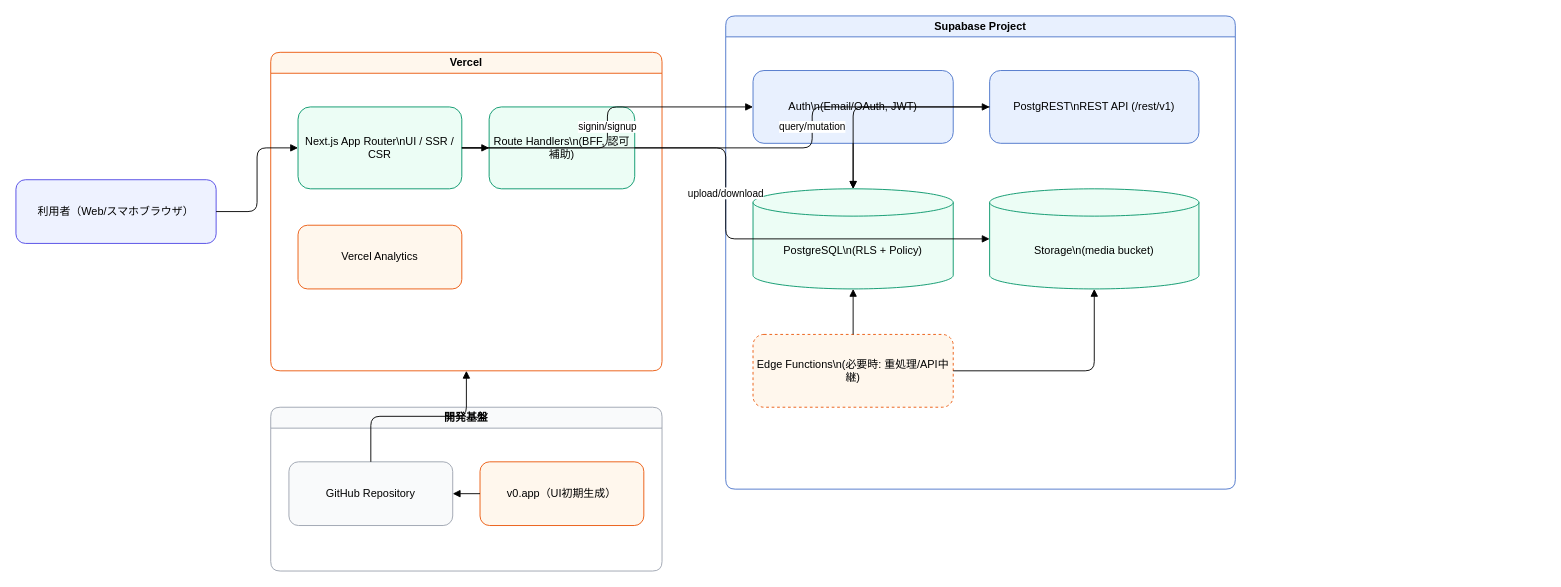
Earlier version of the draw.io diagram docs/architecture/commercial-architecture.drawio (shuhei1110/deaito). Source tidied: cells renumbered, new cells numbered last; positions are measured from the earlier drawing's top-left corner, leaving out a move shared by most shapes. Both pictures are drawn from the tidied source at 91%, with x=0, y=0 at pixel (15, 15).
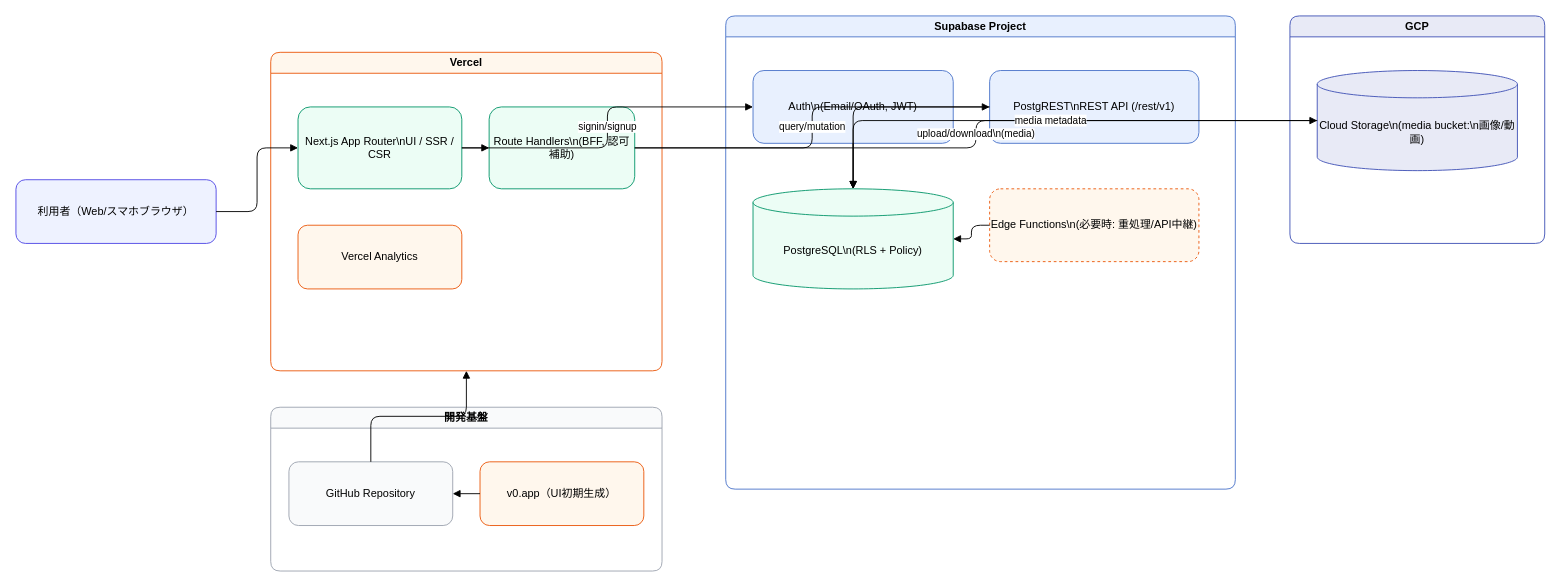
Above is the later version.

Unchanged cells that the change refers to:
```xml
<mxCell id="4" value="Next.js App Router\nUI / SSR / CSR" style="rounded=1;whiteSpace=wrap;html=1;fillColor=#ECFDF5;strokeColor=#059669;" parent="3" vertex="1">
  <mxGeometry x="30" y="60" width="180" height="90" as="geometry" />
</mxCell>
<mxCell id="5" value="Route Handlers\n(BFF, 認可補助)" style="rounded=1;whiteSpace=wrap;html=1;fillColor=#ECFDF5;strokeColor=#059669;" parent="3" vertex="1">
  <mxGeometry x="240" y="60" width="160" height="90" as="geometry" />
</mxCell>
<mxCell id="7" value="Supabase Project" style="swimlane;rounded=1;whiteSpace=wrap;html=1;fillColor=#E8F0FE;strokeColor=#4A73C9;fontStyle=1;" parent="1" vertex="1">
  <mxGeometry x="780" width="560" height="520" as="geometry" />
</mxCell>
<mxCell id="10" value="PostgreSQL\n(RLS + Policy)" style="shape=cylinder3;whiteSpace=wrap;html=1;boundedLbl=1;size=15;fillColor=#ECFDF5;strokeColor=#059669;" parent="7" vertex="1">
  <mxGeometry x="30" y="190" width="220" height="110" as="geometry" />
</mxCell>
```

Change to the diagram source:
```diff
@@
-    <mxCell id="11" value="Storage\n(media bucket)" style="shape=cylinder3;whiteSpace=wrap;html=1;boundedLbl=1;size=15;fillColor=#ECFDF5;strokeColor=#059669;" parent="7" vertex="1">
-      <mxGeometry x="290" y="190" width="230" height="110" as="geometry" />
-    </mxCell>
     <mxCell id="12" value="Edge Functions\n(必要時: 重処理/API中継)" style="rounded=1;whiteSpace=wrap;html=1;fillColor=#FFF7ED;strokeColor=#EA580C;dashed=1;" parent="7" vertex="1">
-      <mxGeometry x="30" y="350" width="220" height="80" as="geometry" />
+      <mxGeometry x="290" y="190" width="230" height="80" as="geometry" />
     </mxCell>
+    <mxCell id="27" value="GCP" style="swimlane;rounded=1;whiteSpace=wrap;html=1;fillColor=#E8EAF6;strokeColor=#3F51B5;fontStyle=1;" parent="1" vertex="1">
+      <mxGeometry x="1400" width="280" height="250" as="geometry" />
+    </mxCell>
+    <mxCell id="28" value="Cloud Storage\n(media bucket:\n画像/動画)" style="shape=cylinder3;whiteSpace=wrap;html=1;boundedLbl=1;size=15;fillColor=#E8EAF6;strokeColor=#3F51B5;" parent="27" vertex="1">
+      <mxGeometry x="30" y="60" width="220" height="110" as="geometry" />
+    </mxCell>
@@
-    <mxCell id="20" value="upload/download" style="edgeStyle=orthogonalEdgeStyle;rounded=1;html=1;endArrow=block;" parent="1" edge="1" source="4" target="11">
+    <mxCell id="20" value="upload/download\n(media)" style="edgeStyle=orthogonalEdgeStyle;rounded=1;html=1;endArrow=block;" parent="1" edge="1" source="5" target="28">
       <mxGeometry relative="1" as="geometry" />
     </mxCell>
@@
-    <mxCell id="24" style="edgeStyle=orthogonalEdgeStyle;rounded=1;html=1;endArrow=block;" parent="7" edge="1" source="12" target="11">
-      <mxGeometry relative="1" as="geometry" />
-    </mxCell>
+    <mxCell id="29" value="media metadata" style="edgeStyle=orthogonalEdgeStyle;rounded=1;html=1;endArrow=block;" parent="1" edge="1" source="28" target="10">
+      <mxGeometry relative="1" as="geometry" />
+    </mxCell>
```
